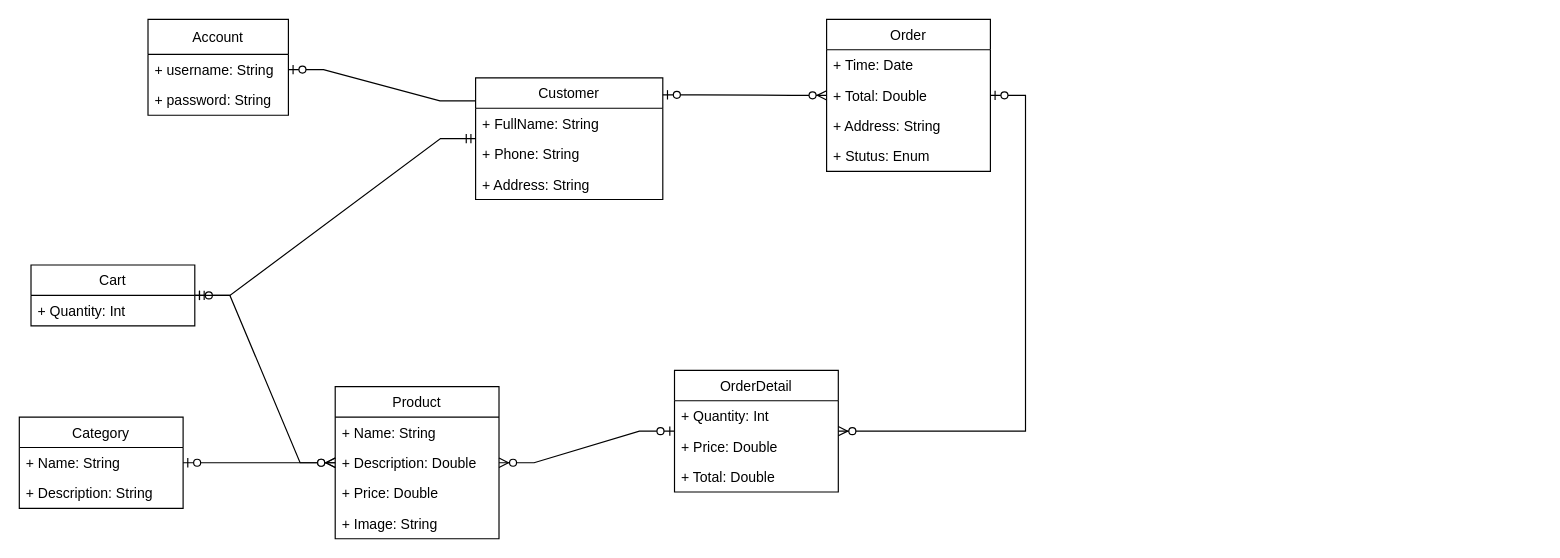
Earlier version of the draw.io diagram ClassDiagram.drawio (cuongcamauit/LandP). Source tidied: cells renumbered, new cells numbered last; positions are measured from the earlier drawing's top-left corner, leaving out a move shared by most shapes. Both pictures are drawn from the tidied source at 117%, with x=0, y=0 at pixel (19, 19).
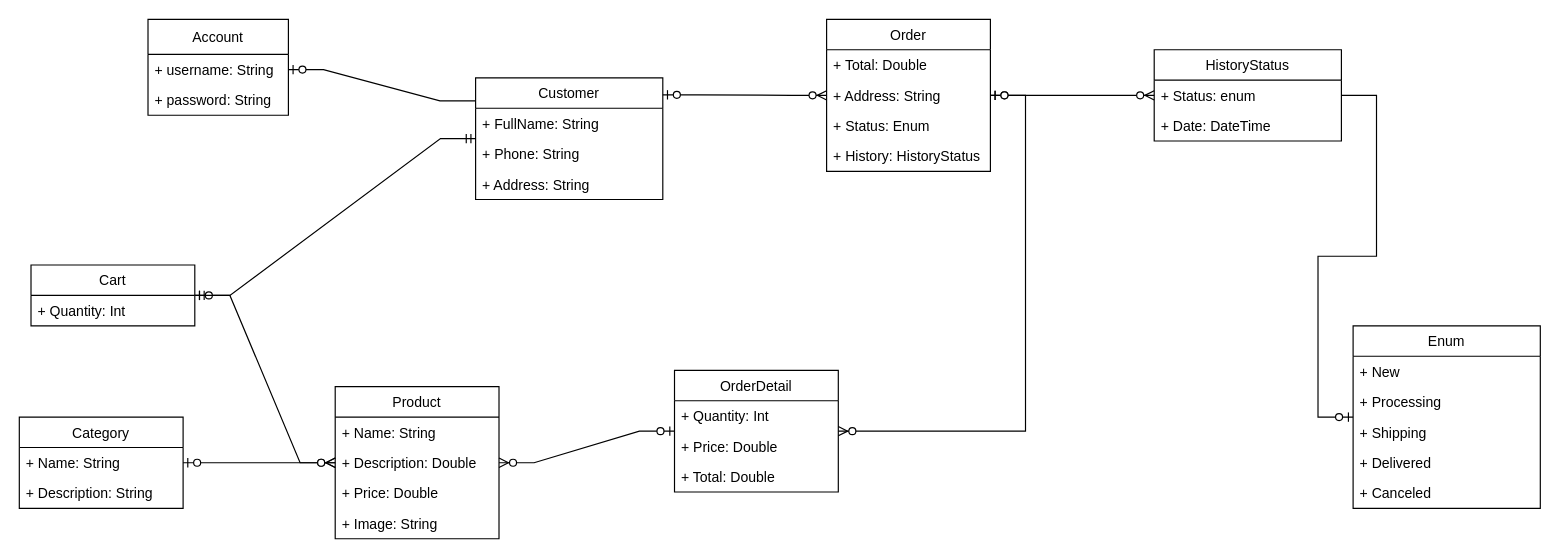
The same diagram, later.

Commit message:
Cập nhật ClassDiagram.drawio

The change refers to these unchanged cells:
```xml
<mxCell id="19" value="Order" style="swimlane;fontStyle=0;horizontal=1;startSize=26;fillColor=none;" parent="1" vertex="1">
  <mxGeometry x="690" width="140" height="130" as="geometry" />
</mxCell>
```

Change to the diagram source:
```diff
@@
-    <mxCell id="20" value="+ Time: Date" style="text;strokeColor=none;fillColor=none;align=left;verticalAlign=top;spacingLeft=4;spacingRight=4;overflow=hidden;" parent="19" vertex="1">
-      <mxGeometry y="26" width="140" height="26" as="geometry" />
-    </mxCell>
     <mxCell id="21" value="+ Total: Double" style="text;strokeColor=none;fillColor=none;align=left;verticalAlign=top;spacingLeft=4;spacingRight=4;overflow=hidden;" parent="19" vertex="1">
-      <mxGeometry y="52" width="140" height="26" as="geometry" />
+      <mxGeometry y="26" width="140" height="26" as="geometry" />
     </mxCell>
     <mxCell id="22" value="+ Address: String" style="text;strokeColor=none;fillColor=none;align=left;verticalAlign=top;spacingLeft=4;spacingRight=4;overflow=hidden;" parent="19" vertex="1">
-      <mxGeometry y="78" width="140" height="26" as="geometry" />
+      <mxGeometry y="52" width="140" height="26" as="geometry" />
     </mxCell>
-    <mxCell id="23" value="+ Stutus: Enum" style="text;strokeColor=none;fillColor=none;align=left;verticalAlign=top;spacingLeft=4;spacingRight=4;overflow=hidden;" parent="19" vertex="1">
-      <mxGeometry y="104" width="140" height="26" as="geometry" />
+    <mxCell id="23" value="+ Status: Enum" style="text;strokeColor=none;fillColor=none;align=left;verticalAlign=top;spacingLeft=4;spacingRight=4;overflow=hidden;" parent="19" vertex="1">
+      <mxGeometry y="78" width="140" height="26" as="geometry" />
     </mxCell>
+    <mxCell id="35" value="+ History: HistoryStatus" style="text;strokeColor=none;fillColor=none;align=left;verticalAlign=top;spacingLeft=4;spacingRight=4;overflow=hidden;" parent="19" vertex="1">
+      <mxGeometry y="104" width="140" height="26" as="geometry" />
+    </mxCell>
@@
+    <mxCell id="36" value="HistoryStatus" style="swimlane;fontStyle=0;align=center;verticalAlign=top;horizontal=1;startSize=26;" parent="1" vertex="1">
+      <mxGeometry x="970" y="26" width="160" height="78" as="geometry" />
+    </mxCell>
+    <mxCell id="37" value="+ Status: enum" style="text;strokeColor=none;fillColor=none;align=left;verticalAlign=top;spacingLeft=4;spacingRight=4;overflow=hidden;" parent="36" vertex="1">
+      <mxGeometry y="26" width="160" height="26" as="geometry" />
+    </mxCell>
+    <mxCell id="38" value="+ Date: DateTime" style="text;strokeColor=none;fillColor=none;align=left;verticalAlign=top;spacingLeft=4;spacingRight=4;overflow=hidden;" parent="36" vertex="1">
+      <mxGeometry y="52" width="160" height="26" as="geometry" />
+    </mxCell>
+    <mxCell id="39" style="edgeStyle=entityRelationEdgeStyle;fontSize=12;html=1;endArrow=ERzeroToMany;startArrow=ERzeroToOne;rounded=0;" parent="1" edge="1" source="19" target="36">
+      <mxGeometry relative="1" as="geometry" />
+    </mxCell>
+    <mxCell id="40" value="Enum" style="swimlane;fontStyle=0;align=center;verticalAlign=top;horizontal=1;startSize=26;" parent="1" vertex="1">
+      <mxGeometry x="1140" y="262" width="160" height="156" as="geometry" />
+    </mxCell>
+    <mxCell id="41" value="+ New" style="text;strokeColor=none;fillColor=none;align=left;verticalAlign=top;spacingLeft=4;spacingRight=4;overflow=hidden;" parent="40" vertex="1">
+      <mxGeometry y="26" width="160" height="26" as="geometry" />
+    </mxCell>
+    <mxCell id="42" value="+ Processing" style="text;strokeColor=none;fillColor=none;align=left;verticalAlign=top;spacingLeft=4;spacingRight=4;overflow=hidden;" parent="40" vertex="1">
+      <mxGeometry y="52" width="160" height="26" as="geometry" />
+    </mxCell>
+    <mxCell id="43" value="+ Shipping" style="text;strokeColor=none;fillColor=none;align=left;verticalAlign=top;spacingLeft=4;spacingRight=4;overflow=hidden;" parent="40" vertex="1">
+      <mxGeometry y="78" width="160" height="26" as="geometry" />
+    </mxCell>
+    <mxCell id="44" value="+ Delivered" style="text;strokeColor=none;fillColor=none;align=left;verticalAlign=top;spacingLeft=4;spacingRight=4;overflow=hidden;" parent="40" vertex="1">
+      <mxGeometry y="104" width="160" height="26" as="geometry" />
+    </mxCell>
+    <mxCell id="45" value="+ Canceled" style="text;strokeColor=none;fillColor=none;align=left;verticalAlign=top;spacingLeft=4;spacingRight=4;overflow=hidden;" parent="40" vertex="1">
+      <mxGeometry y="130" width="160" height="26" as="geometry" />
+    </mxCell>
+    <mxCell id="46" style="edgeStyle=entityRelationEdgeStyle;fontSize=12;html=1;endArrow=ERzeroToOne;endFill=1;rounded=0;" parent="1" edge="1" source="36" target="40">
+      <mxGeometry relative="1" as="geometry" />
+    </mxCell>
```
